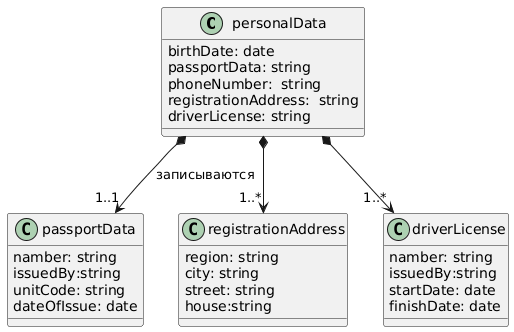
Before: DataBase/class_diagramm_pData.png, a diagram exported from PlantUML (aganea08-rgb/insurance-srs). The source it was exported from:
```plantuml
@startuml
class personalData {
    birthDate: date
    passportData: string
    phoneNumber:  string
    registrationAddress:  string
    driverLicense: string

}
class passportData {
    namber: string
    issuedBy:string
    unitCode: string
    dateOfIssue: date
}
class registrationAddress {
    region: string
    city: string
    street: string
    house:string

}
class driverLicense {
    namber: string
    issuedBy:string
    startDate: date
    finishDate: date

}
personalData *--> "1..1" passportData : записываются
personalData *--> "1..*" registrationAddress
personalData *--> "1..*" driverLicense
@enduml
```
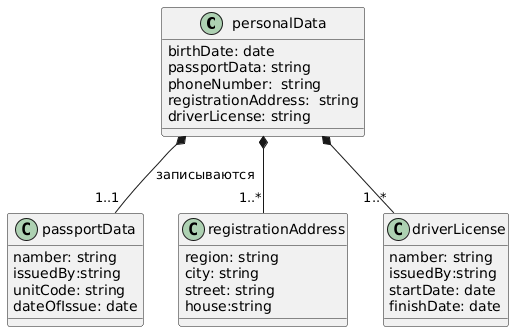
The same file after the commit.

Commit message:
обновлены диаграммы в папке

Change to the diagram source:
```diff
@@ -27,7 +27,7 @@
     finishDate: date
 
 }
-personalData *--> "1..1" passportData : записываются
-personalData *--> "1..*" registrationAddress
-personalData *--> "1..*" driverLicense
+personalData *-- "1..1" passportData : записываются
+personalData *-- "1..*" registrationAddress
+personalData *-- "1..*" driverLicense
 @enduml
```
